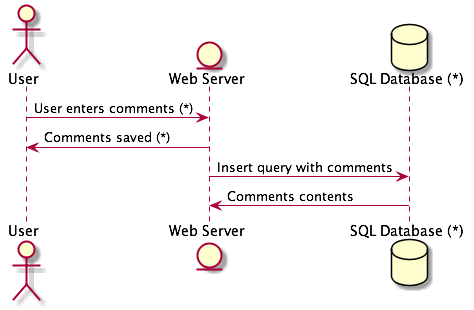
The PlantUML diagram .gitbook/assets/seq.png in OWASP/pytm, before a commit. Source of this version:
```plantuml
@startuml
actor bfcdecfccaffefab as "User"
entity aaedcfceefeffbdc as "Web Server"
database eddcbfbcbffbfaaeebea as "SQL Database (*)"
bfcdecfccaffefab -> aaedcfceefeffbdc: User enters comments (*)
aaedcfceefeffbdc -> bfcdecfccaffefab: Comments saved (*)
aaedcfceefeffbdc -> eddcbfbcbffbfaaeebea: Insert query with comments
eddcbfbcbffbfaaeebea -> aaedcfceefeffbdc: Comments contents
@enduml
```
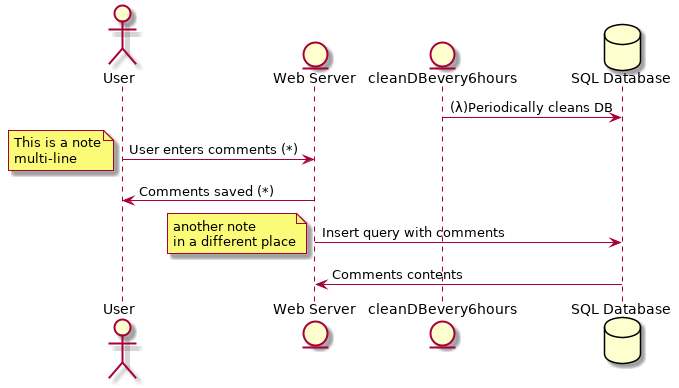
After the commit.

Commit message:
Sequential diagrams are people too.

What changed in the source:
```diff
@@ -1,9 +1,19 @@
 @startuml
 actor bfcdecfccaffefab as "User"
 entity aaedcfceefeffbdc as "Web Server"
-database eddcbfbcbffbfaaeebea as "SQL Database (*)"
+entity bceaebaaffbedcedabdbcfa as "cleanDBevery6hours"
+database dffdabbcbeadabfea as "SQL Database"
+bceaebaaffbedcedabdbcfa -> dffdabbcbeadabfea: (?)Periodically cleans DB
 bfcdecfccaffefab -> aaedcfceefeffbdc: User enters comments (*)
+note left
+This is a note
+multi-line
+end note
 aaedcfceefeffbdc -> bfcdecfccaffefab: Comments saved (*)
-aaedcfceefeffbdc -> eddcbfbcbffbfaaeebea: Insert query with comments
-eddcbfbcbffbfaaeebea -> aaedcfceefeffbdc: Comments contents
+aaedcfceefeffbdc -> dffdabbcbeadabfea: Insert query with comments
+note left
+another note
+in a different place
+end note
+dffdabbcbeadabfea -> aaedcfceefeffbdc: Comments contents
 @enduml
```
